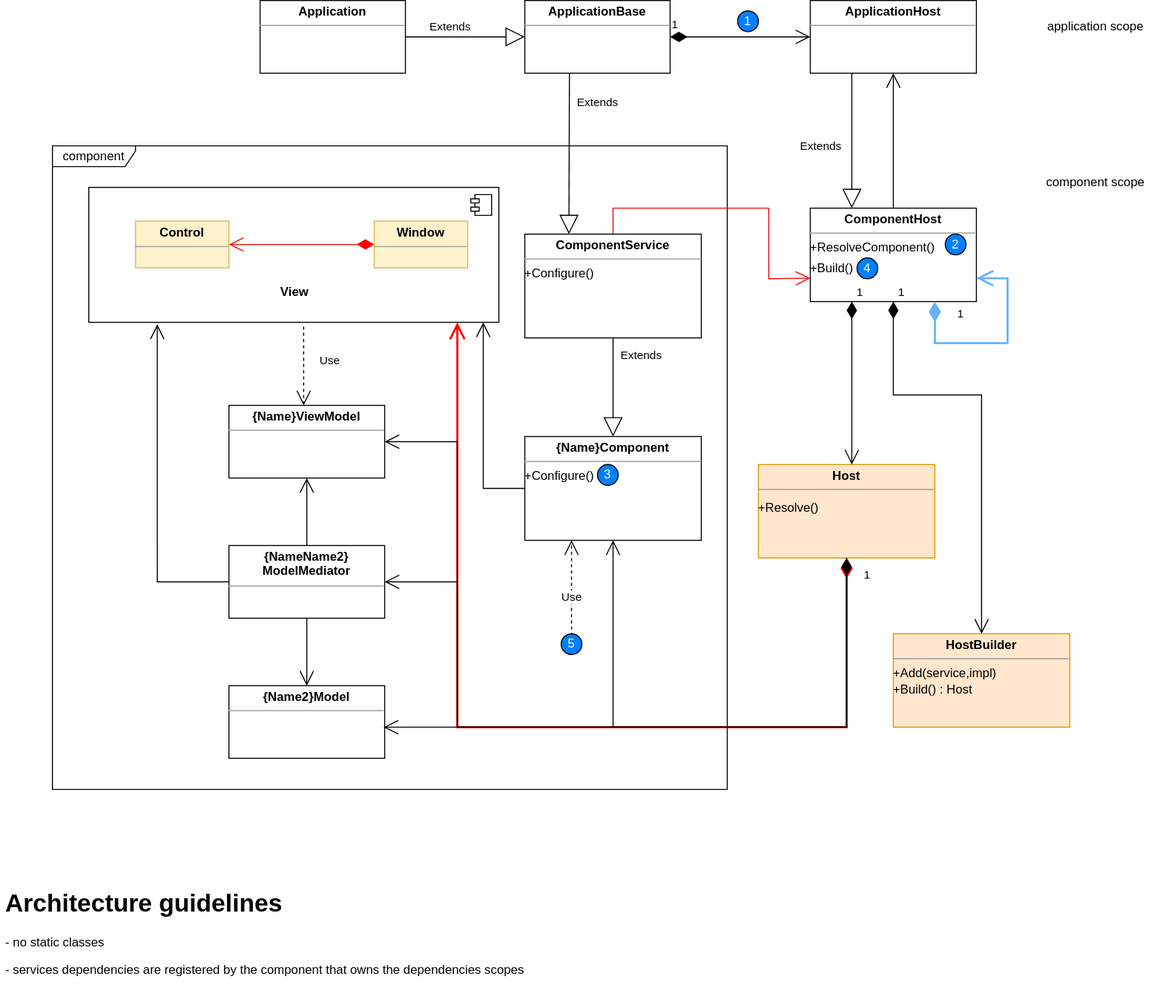
franck-gaspoz/WPFUtilities keeps this draw.io diagram as WPFUtilities/Doc/dependency-injection.svg. Above is the earlier version. Source tidied: cells renumbered, new cells last; positions are measured from the earlier drawing's top-left corner, leaving out a move shared by most shapes.
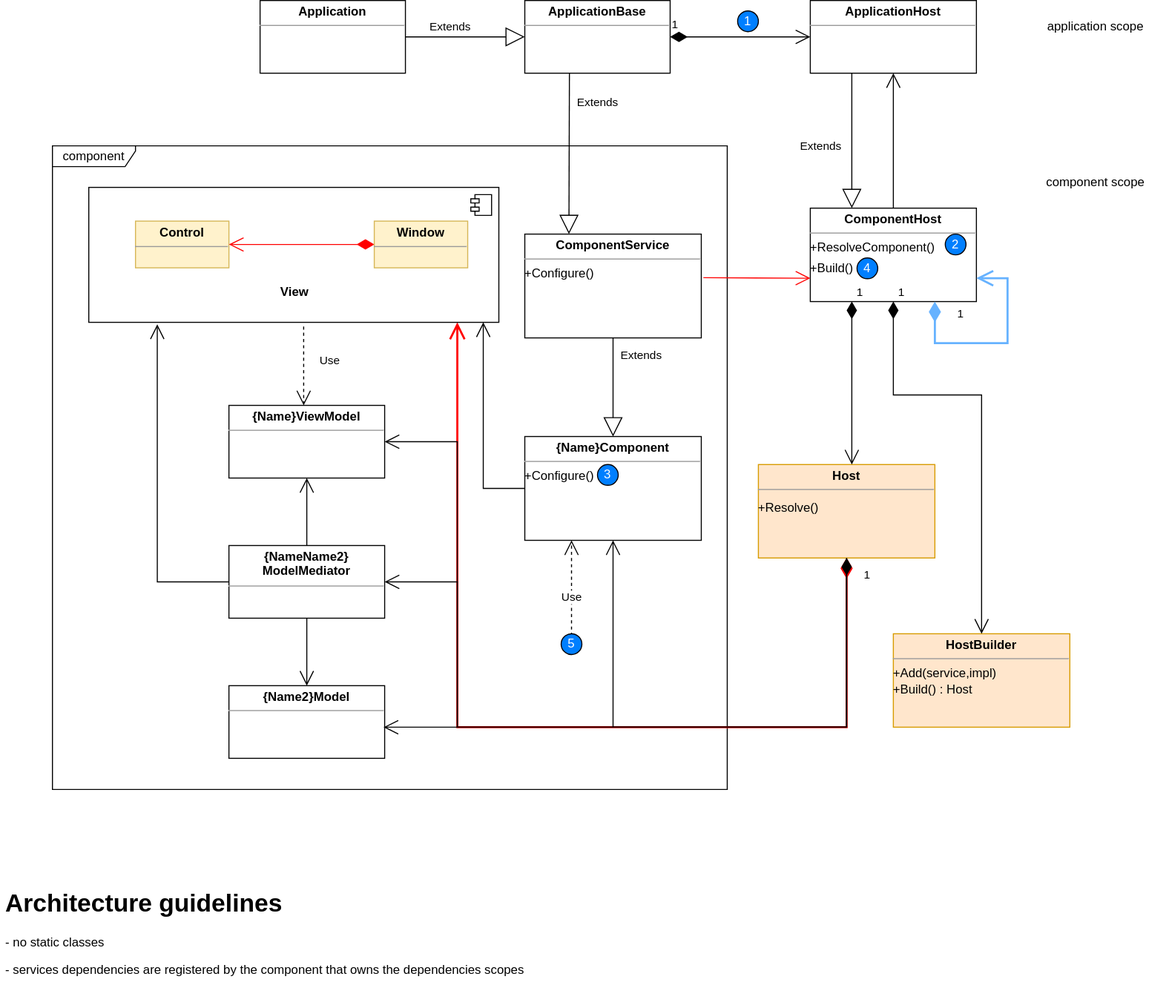
Above is the later version.

Change to the diagram source:
```diff
@@ -47,14 +47,8 @@
         </Array>
       </mxGeometry>
     </mxCell>
-    <mxCell id="12" style="endArrow=open;endFill=1;endSize=12;html=1;rounded=0;exitX=0.5;exitY=0;exitDx=0;exitDy=0;entryX=0;entryY=0.75;entryDx=0;entryDy=0;fillColor=#d80073;strokeColor=#FF0000;" parent="1" edge="1" source="46" target="6">
-      <mxGeometry relative="1" as="geometry">
-        <Array as="points">
-          <mxPoint x="590" y="200" />
-          <mxPoint x="740" y="200" />
-          <mxPoint x="740" y="268" />
-        </Array>
-      </mxGeometry>
+    <mxCell id="12" style="endArrow=open;endFill=1;endSize=12;html=1;rounded=0;entryX=0;entryY=0.75;entryDx=0;entryDy=0;fillColor=#d80073;strokeColor=#FF0000;exitX=1.012;exitY=0.42;exitDx=0;exitDy=0;exitPerimeter=0;" parent="1" edge="1" source="46" target="6">
+      <mxGeometry relative="1" as="geometry" />
     </mxCell>
     <mxCell id="13" value="&lt;p style=&quot;margin: 0px ; margin-top: 4px ; text-align: center&quot;&gt;&lt;b&gt;{Name}ViewModel&lt;/b&gt;&lt;/p&gt;&lt;hr size=&quot;1&quot;&gt;&lt;div style=&quot;height: 2px&quot;&gt;&lt;/div&gt;" style="verticalAlign=top;align=left;overflow=fill;fontSize=12;fontFamily=Helvetica;html=1;" parent="1" vertex="1">
       <mxGeometry x="220" y="390" width="150" height="70" as="geometry" />
```
